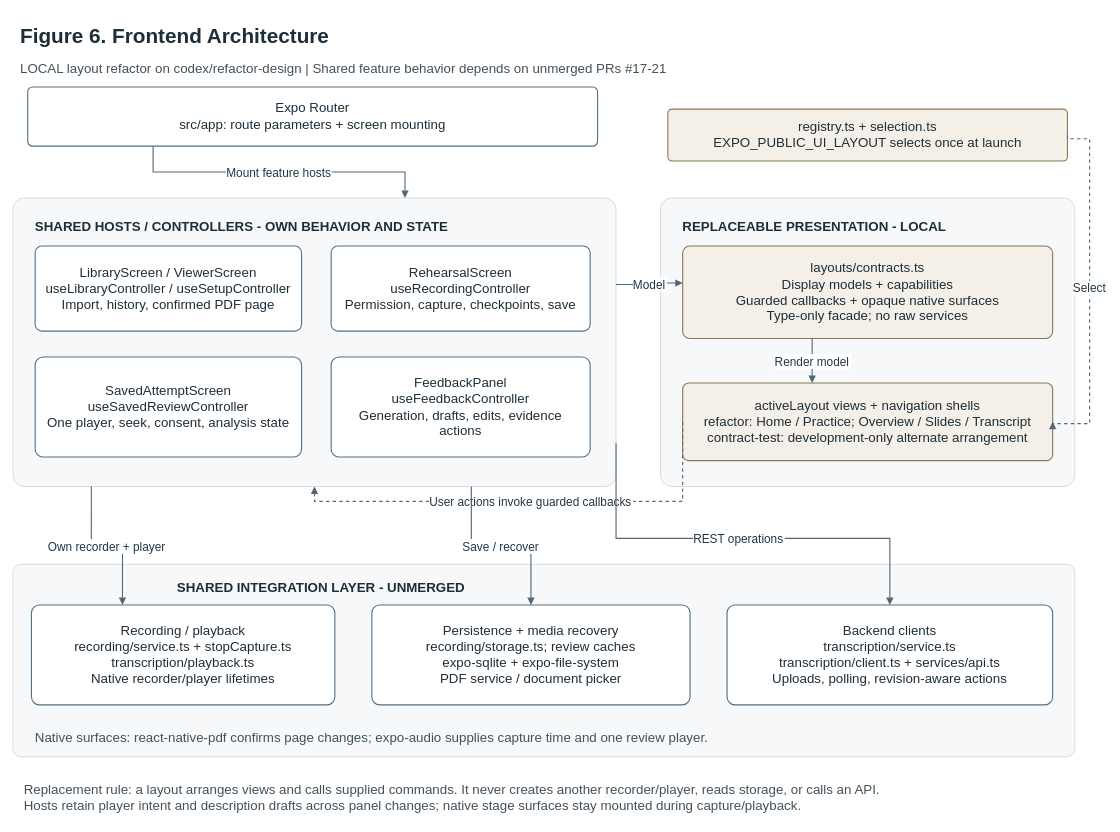
Earlier version of the draw.io diagram docs/diagram-review/sources/figure-6-frontend.drawio (snuhcs-course/swpp-2026-project-team-07). Source tidied: cells renumbered, new cells numbered last; positions are measured from the earlier drawing's top-left corner, leaving out a move shared by most shapes. Both pictures are drawn from the tidied source at 74%, with x=0, y=0 at pixel (13, 13).
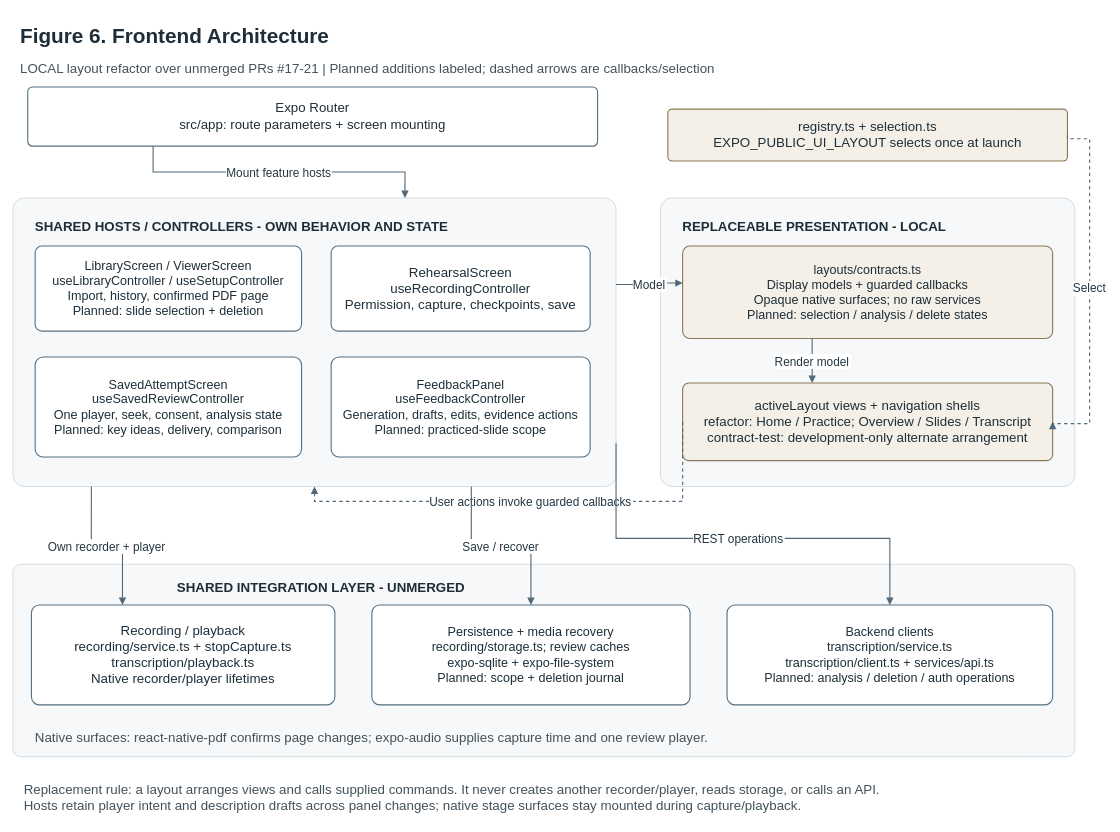
After the change.

The edit, as a diff of the source:
```diff
@@
-    <mxCell id="3" value="LOCAL layout refactor on codex/refactor-design | Shared feature behavior depends on unmerged PRs #17-21" style="html=0;whiteSpace=wrap;fontFamily=Arial;fontSize=18;fontColor=#1e2e38;spacing=10;text;strokeColor=none;fillColor=none;align=left;verticalAlign=top;fontColor=#43515b;" parent="1" vertex="1">
+    <mxCell id="3" value="LOCAL layout refactor over unmerged PRs #17-21 | Planned additions labeled; dashed arrows are callbacks/selection" style="html=0;whiteSpace=wrap;fontFamily=Arial;fontSize=18;fontColor=#1e2e38;spacing=10;text;strokeColor=none;fillColor=none;align=left;verticalAlign=top;fontColor=#43515b;" parent="1" vertex="1">
       <mxGeometry y="50" width="1440" height="35" as="geometry" />
     </mxCell>
@@
-    <mxCell id="6" value="LibraryScreen / ViewerScreen&#10;useLibraryController / useSetupController&#10;Import, history, confirmed PDF page" style="html=0;whiteSpace=wrap;fontFamily=Arial;fontSize=18;fontColor=#1e2e38;spacing=10;rounded=1;arcSize=8;fillColor=#ffffff;strokeColor=#547083;strokeWidth=1.5;" parent="1" vertex="1">
+    <mxCell id="6" value="LibraryScreen / ViewerScreen&#10;useLibraryController / useSetupController&#10;Import, history, confirmed PDF page&#10;Planned: slide selection + deletion" style="html=0;whiteSpace=wrap;fontFamily=Arial;fontSize=18;fontColor=#1e2e38;spacing=10;rounded=1;arcSize=8;fillColor=#ffffff;strokeColor=#547083;strokeWidth=1.5;fontSize=17;" parent="1" vertex="1">
       <mxGeometry x="30" y="315" width="360" height="115" as="geometry" />
     </mxCell>
@@
-    <mxCell id="8" value="SavedAttemptScreen&#10;useSavedReviewController&#10;One player, seek, consent, analysis state" style="html=0;whiteSpace=wrap;fontFamily=Arial;fontSize=18;fontColor=#1e2e38;spacing=10;rounded=1;arcSize=8;fillColor=#ffffff;strokeColor=#547083;strokeWidth=1.5;" parent="1" vertex="1">
+    <mxCell id="8" value="SavedAttemptScreen&#10;useSavedReviewController&#10;One player, seek, consent, analysis state&#10;Planned: key ideas, delivery, comparison" style="html=0;whiteSpace=wrap;fontFamily=Arial;fontSize=18;fontColor=#1e2e38;spacing=10;rounded=1;arcSize=8;fillColor=#ffffff;strokeColor=#547083;strokeWidth=1.5;fontSize=17;" parent="1" vertex="1">
       <mxGeometry x="30" y="465" width="360" height="135" as="geometry" />
     </mxCell>
-    <mxCell id="9" value="FeedbackPanel&#10;useFeedbackController&#10;Generation, drafts, edits, evidence actions" style="html=0;whiteSpace=wrap;fontFamily=Arial;fontSize=18;fontColor=#1e2e38;spacing=10;rounded=1;arcSize=8;fillColor=#ffffff;strokeColor=#547083;strokeWidth=1.5;" parent="1" vertex="1">
+    <mxCell id="9" value="FeedbackPanel&#10;useFeedbackController&#10;Generation, drafts, edits, evidence actions&#10;Planned: practiced-slide scope" style="html=0;whiteSpace=wrap;fontFamily=Arial;fontSize=18;fontColor=#1e2e38;spacing=10;rounded=1;arcSize=8;fillColor=#ffffff;strokeColor=#547083;strokeWidth=1.5;fontSize=17;" parent="1" vertex="1">
       <mxGeometry x="430" y="465" width="350" height="135" as="geometry" />
     </mxCell>
@@
-    <mxCell id="11" value="layouts/contracts.ts&#10;Display models + capabilities&#10;Guarded callbacks + opaque native surfaces&#10;Type-only facade; no raw services" style="html=0;whiteSpace=wrap;fontFamily=Arial;fontSize=18;fontColor=#1e2e38;spacing=10;rounded=1;arcSize=8;fillColor=#f4f0e8;strokeColor=#8a7857;strokeWidth=1.5;" parent="1" vertex="1">
+    <mxCell id="11" value="layouts/contracts.ts&#10;Display models + guarded callbacks&#10;Opaque native surfaces; no raw services&#10;Planned: selection / analysis / delete states" style="html=0;whiteSpace=wrap;fontFamily=Arial;fontSize=18;fontColor=#1e2e38;spacing=10;rounded=1;arcSize=8;fillColor=#f4f0e8;strokeColor=#8a7857;strokeWidth=1.5;fontSize=17;" parent="1" vertex="1">
       <mxGeometry x="905" y="315" width="500" height="125" as="geometry" />
     </mxCell>
@@
-    <mxCell id="16" value="Persistence + media recovery&#10;recording/storage.ts; review caches&#10;expo-sqlite + expo-file-system&#10;PDF service / document picker" style="html=0;whiteSpace=wrap;fontFamily=Arial;fontSize=18;fontColor=#1e2e38;spacing=10;rounded=1;arcSize=8;fillColor=#ffffff;strokeColor=#547083;strokeWidth=1.5;" parent="1" vertex="1">
+    <mxCell id="16" value="Persistence + media recovery&#10;recording/storage.ts; review caches&#10;expo-sqlite + expo-file-system&#10;Planned: scope + deletion journal" style="html=0;whiteSpace=wrap;fontFamily=Arial;fontSize=18;fontColor=#1e2e38;spacing=10;rounded=1;arcSize=8;fillColor=#ffffff;strokeColor=#547083;strokeWidth=1.5;fontSize=17;" parent="1" vertex="1">
       <mxGeometry x="485" y="800" width="430" height="135" as="geometry" />
     </mxCell>
-    <mxCell id="17" value="Backend clients&#10;transcription/service.ts&#10;transcription/client.ts + services/api.ts&#10;Uploads, polling, revision-aware actions" style="html=0;whiteSpace=wrap;fontFamily=Arial;fontSize=18;fontColor=#1e2e38;spacing=10;rounded=1;arcSize=8;fillColor=#ffffff;strokeColor=#547083;strokeWidth=1.5;" parent="1" vertex="1">
+    <mxCell id="17" value="Backend clients&#10;transcription/service.ts&#10;transcription/client.ts + services/api.ts&#10;Planned: analysis / deletion / auth operations" style="html=0;whiteSpace=wrap;fontFamily=Arial;fontSize=18;fontColor=#1e2e38;spacing=10;rounded=1;arcSize=8;fillColor=#ffffff;strokeColor=#547083;strokeWidth=1.5;fontSize=17;" parent="1" vertex="1">
       <mxGeometry x="965" y="800" width="440" height="135" as="geometry" />
     </mxCell>
```
